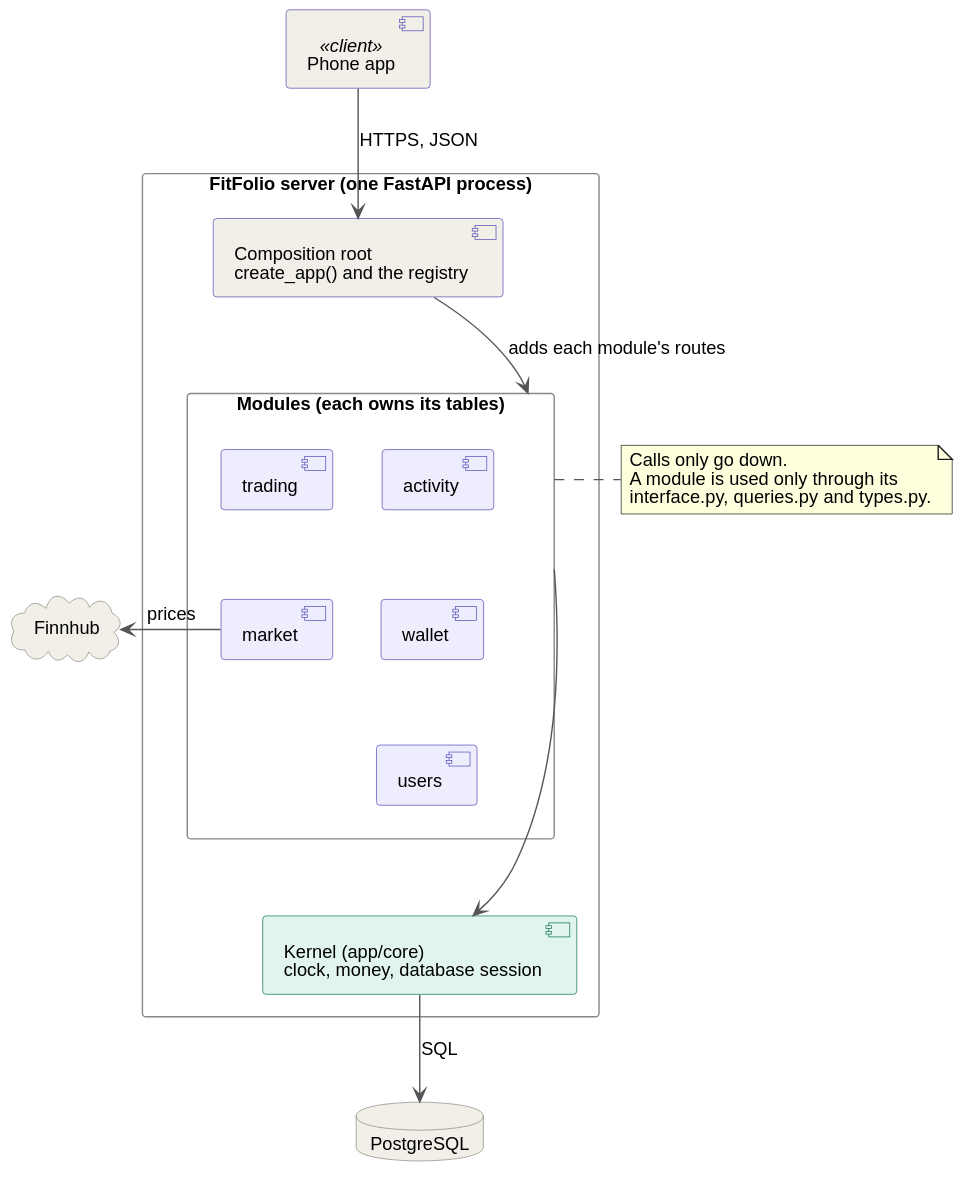
davislenover/BurnNEarn keeps this PlantUML diagram as docs/Design/SoftArchitecture/figures/backend-poc.svg. Above is the earlier version. Its diagram source:
```plantuml
@startuml
skinparam componentStyle uml2
skinparam shadowing false
skinparam defaultFontName Helvetica
skinparam defaultFontSize 13
skinparam ArrowColor #555555
skinparam component {
  BackgroundColor #EEEDFE
  BorderColor #534AB7
}
skinparam rectangle {
  BorderColor #888780
}
skinparam database {
  BackgroundColor #F1EFE8
  BorderColor #888780
}
skinparam cloud {
  BackgroundColor #F1EFE8
  BorderColor #888780
}

component "Phone app" as phone <<client>> #F1EFE8

rectangle "FitFolio server (one FastAPI process)" as server {
  component "Composition root\ncreate_app() and the registry" as root #F1EFE8
  rectangle "Modules (each owns its tables)" as modules {
    component "trading" as trading
    component "activity" as activity
    component "market" as market
    component "wallet" as wallet
    component "users" as users
  }
  component "Kernel (app/core)\nclock, money, database session" as core #E1F5EE;line:0F6E56
}

database "PostgreSQL" as pg
cloud "Finnhub" as finnhub

phone -down-> root : HTTPS, JSON
root -down-> modules : adds each module's routes
modules -down-> core
core -down-> pg : SQL
market -left-> finnhub : prices
users -[hidden]down- core

trading -[hidden]right- activity
trading -[hidden]down- market
activity -[hidden]down- wallet
market -[hidden]right- wallet
wallet -[hidden]down- users

note right of modules
  Calls only go down.
  A module is used only through its
  interface.py, queries.py and types.py.
end note
@enduml
```
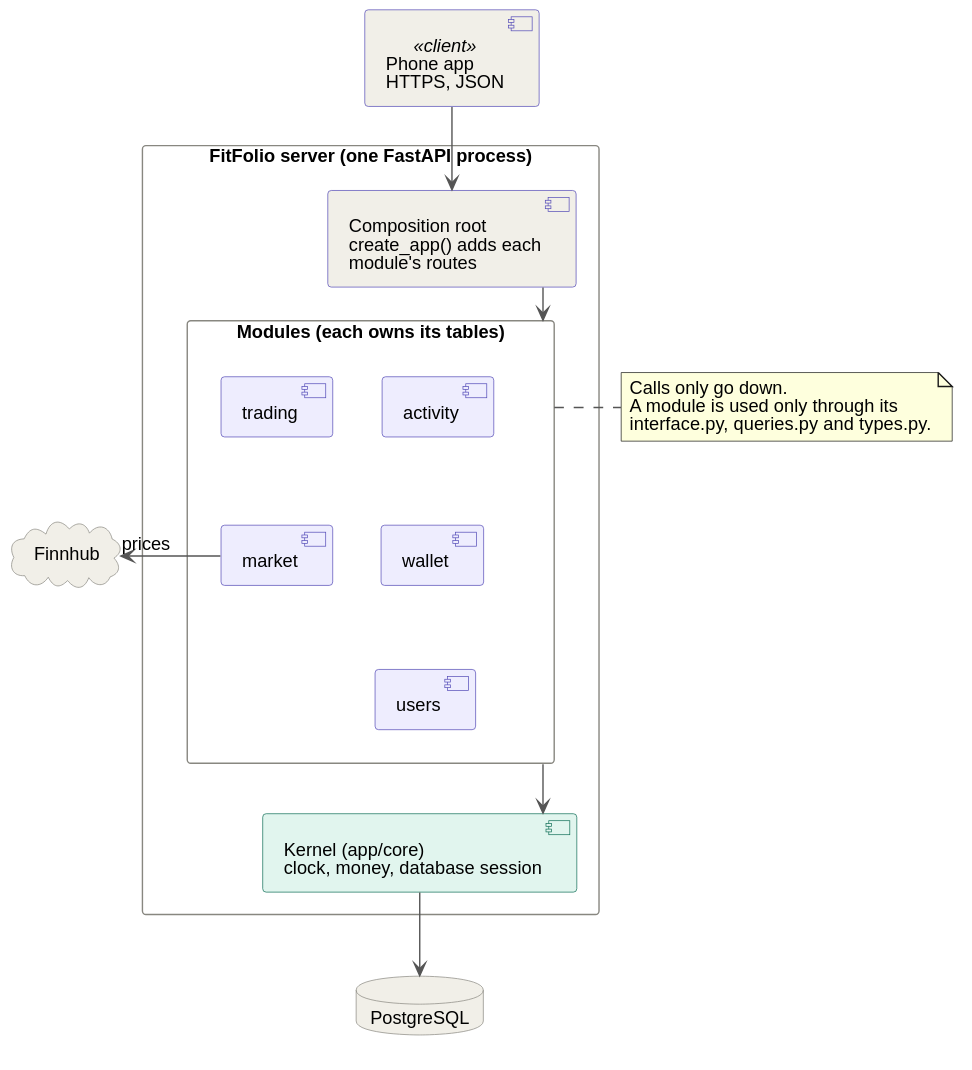
After the change.

Commit message:
Straighten diagram arrows and match CI checks to #191

What changed in the source:
```diff
@@ -1,6 +1,7 @@
 @startuml
 skinparam componentStyle uml2
 skinparam shadowing false
+skinparam linetype ortho
 skinparam defaultFontName Helvetica
 skinparam defaultFontSize 13
 skinparam ArrowColor #555555
@@ -20,10 +21,10 @@
   BorderColor #888780
 }
 
-component "Phone app" as phone <<client>> #F1EFE8
+component "Phone app\nHTTPS, JSON" as phone <<client>> #F1EFE8
 
 rectangle "FitFolio server (one FastAPI process)" as server {
-  component "Composition root\ncreate_app() and the registry" as root #F1EFE8
+  component "Composition root\ncreate_app() adds each\nmodule's routes" as root #F1EFE8
   rectangle "Modules (each owns its tables)" as modules {
     component "trading" as trading
     component "activity" as activity
@@ -37,10 +38,10 @@
 database "PostgreSQL" as pg
 cloud "Finnhub" as finnhub
 
-phone -down-> root : HTTPS, JSON
-root -down-> modules : adds each module's routes
+phone -down-> root
+root -down-> modules
 modules -down-> core
-core -down-> pg : SQL
+core -down-> pg
 market -left-> finnhub : prices
 users -[hidden]down- core
 
```
